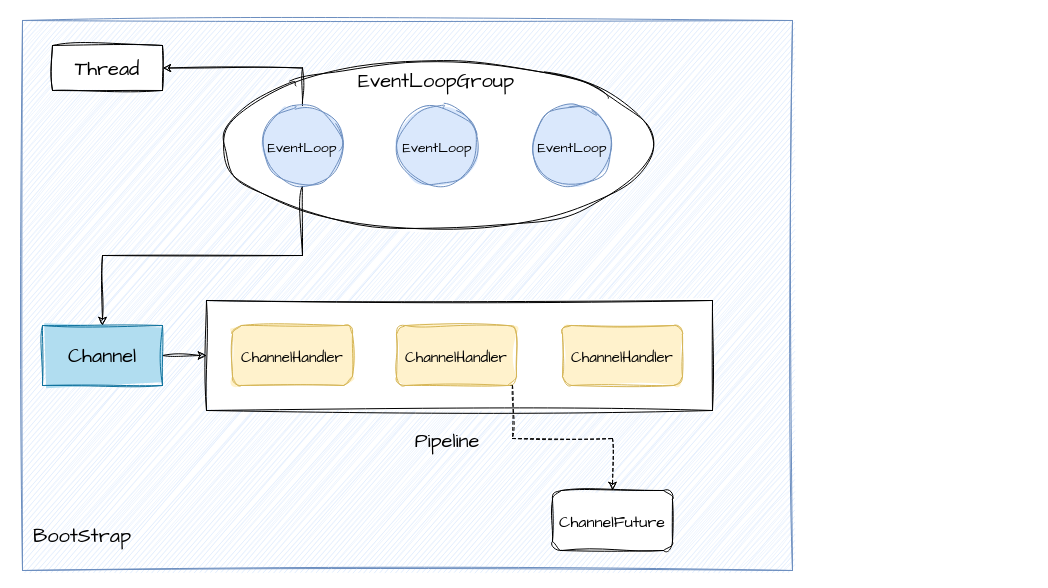
Earlier version of the draw.io diagram Netty.drawio (HoShum/drawio). Source tidied: cells renumbered, new cells numbered last; positions are measured from the earlier drawing's top-left corner, leaving out a move shared by most shapes. Both pictures are drawn from the tidied source at 100%, with x=0, y=0 at pixel (22, 20).
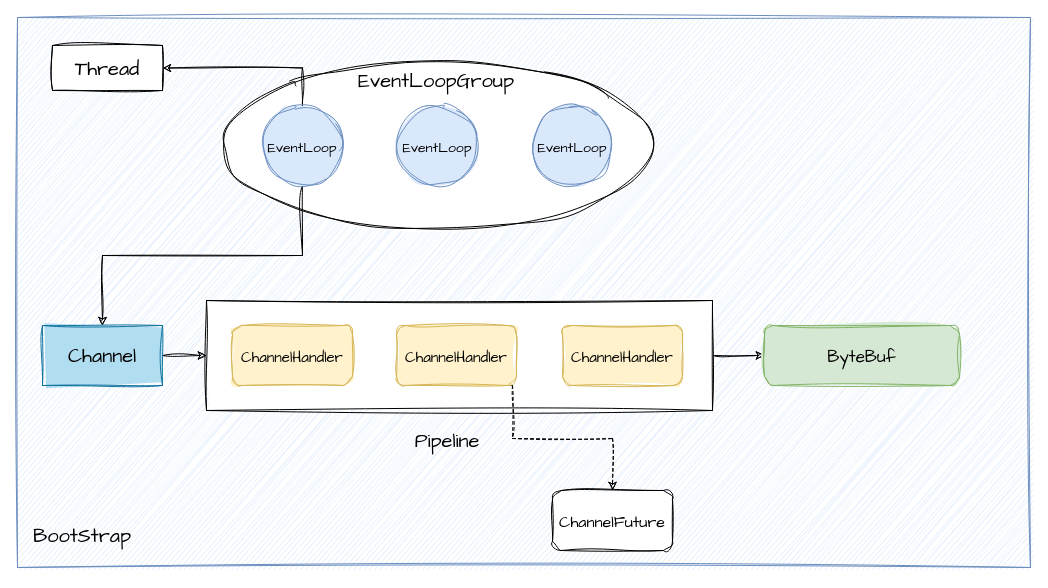
The same page after the edit.

Unchanged cells that the change refers to:
```xml
<mxCell id="12" style="rounded=0;whiteSpace=wrap;html=1;sketch=1;hachureGap=4;jiggle=2;curveFitting=1;fontFamily=Architects Daughter;fontSize=20;fillStyle=solid;" parent="1" vertex="1">
  <mxGeometry x="184" y="280" width="506" height="110" as="geometry" />
</mxCell>
```

The edit, as a diff of the source:
```diff
@@
     <mxCell id="2" style="rounded=0;whiteSpace=wrap;html=1;sketch=1;hachureGap=4;jiggle=2;curveFitting=1;fontFamily=Architects Daughter;fontSize=20;fillColor=#dae8fc;strokeColor=#6c8ebf;" parent="1" vertex="1">
-      <mxGeometry width="770" height="550" as="geometry" />
+      <mxGeometry x="-5" y="-3" width="1013" height="550" as="geometry" />
     </mxCell>
@@
+    <mxCell id="21" style="edgeStyle=orthogonalEdgeStyle;rounded=0;sketch=1;hachureGap=4;jiggle=2;curveFitting=1;jettySize=auto;html=1;exitX=1;exitY=0.5;exitDx=0;exitDy=0;entryX=0;entryY=0.5;entryDx=0;entryDy=0;fontFamily=Architects Daughter;fontSize=16;" parent="1" edge="1" source="12" target="22">
+      <mxGeometry relative="1" as="geometry" />
+    </mxCell>
@@
+    <mxCell id="22" value="&lt;font style=&quot;font-size: 17px;&quot;&gt;ByteBuf&lt;/font&gt;" style="rounded=1;whiteSpace=wrap;html=1;sketch=1;hachureGap=4;jiggle=2;curveFitting=1;fontFamily=Architects Daughter;fontSize=20;fillColor=#d5e8d4;strokeColor=#82b366;fillStyle=solid;" parent="1" vertex="1">
+      <mxGeometry x="742" y="305" width="195" height="60" as="geometry" />
+    </mxCell>
```
